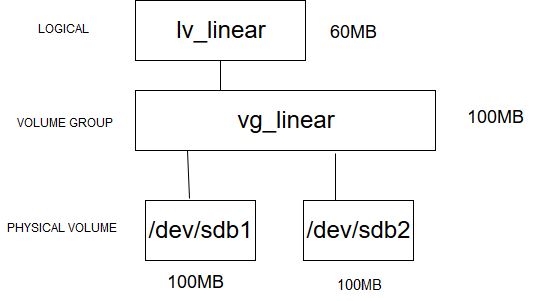
Before: Linux/LVM/img/LV_10.png, a diagram exported from draw.io (nthung98/Tong_Hop_Note). Source tidied: cells renumbered, new cells last; positions are measured from the earlier drawing's top-left corner, leaving out a move shared by most shapes.
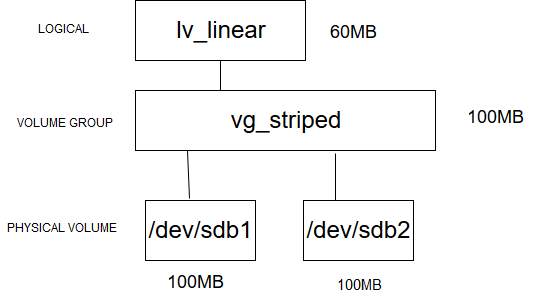
The same file after the commit.

The edit, as a diff of the source:
```diff
@@ -5,7 +5,7 @@
     <mxCell id="2" value="&lt;font style=&quot;font-size: 24px&quot;&gt;lv_linear&lt;/font&gt;" style="rounded=0;whiteSpace=wrap;html=1;" parent="1" vertex="1">
       <mxGeometry x="135" width="170" height="60" as="geometry" />
     </mxCell>
-    <mxCell id="3" value="&lt;font style=&quot;font-size: 24px&quot;&gt;vg_linear&lt;/font&gt;" style="rounded=0;whiteSpace=wrap;html=1;" parent="1" vertex="1">
+    <mxCell id="3" value="&lt;font style=&quot;font-size: 24px&quot;&gt;vg_striped&lt;/font&gt;" style="rounded=0;whiteSpace=wrap;html=1;" parent="1" vertex="1">
       <mxGeometry x="135" y="90" width="300" height="60" as="geometry" />
     </mxCell>
     <mxCell id="4" value="&lt;font style=&quot;font-size: 24px&quot;&gt;/dev/sdb2&lt;/font&gt;" style="rounded=0;whiteSpace=wrap;html=1;" parent="1" vertex="1">
```
